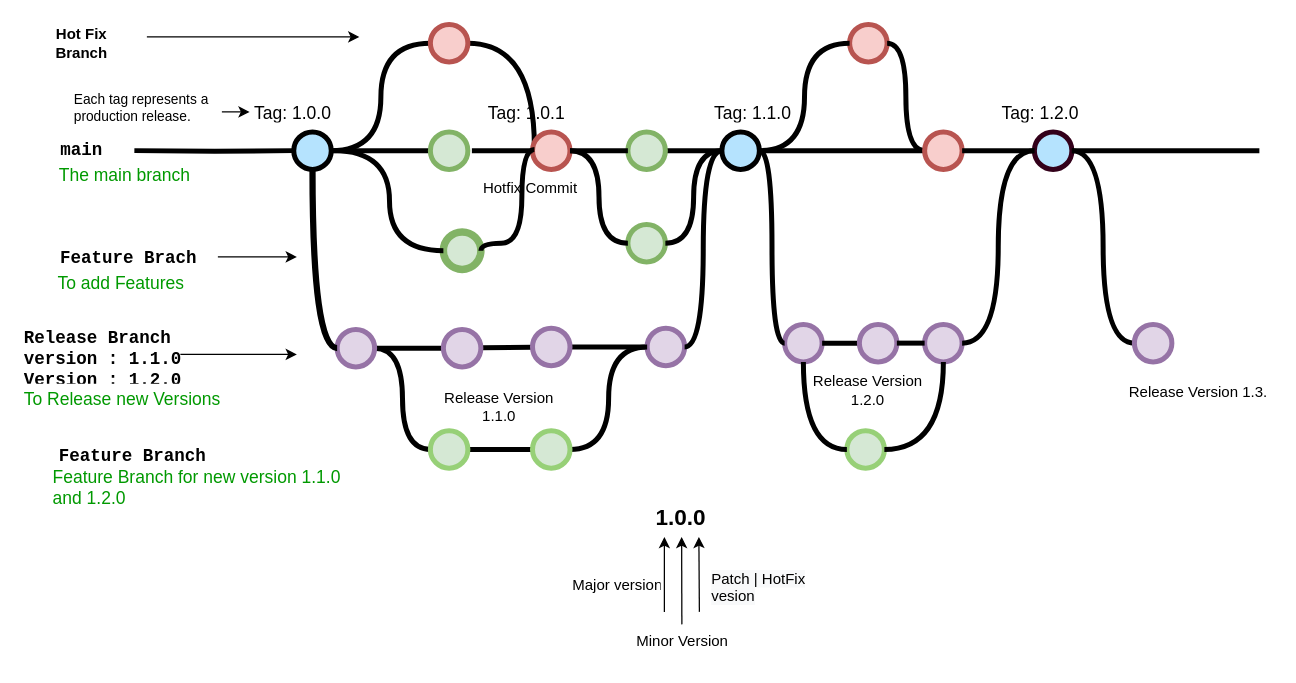
Before: Untitled Diagram.drawio in digya-tech/test, a draw.io diagram. Source tidied: cells renumbered, new cells numbered last; positions are measured from the earlier drawing's top-left corner, leaving out a move shared by most shapes. Both pictures are drawn from the tidied source at 125%, with x=0, y=0 at pixel (21, 24).
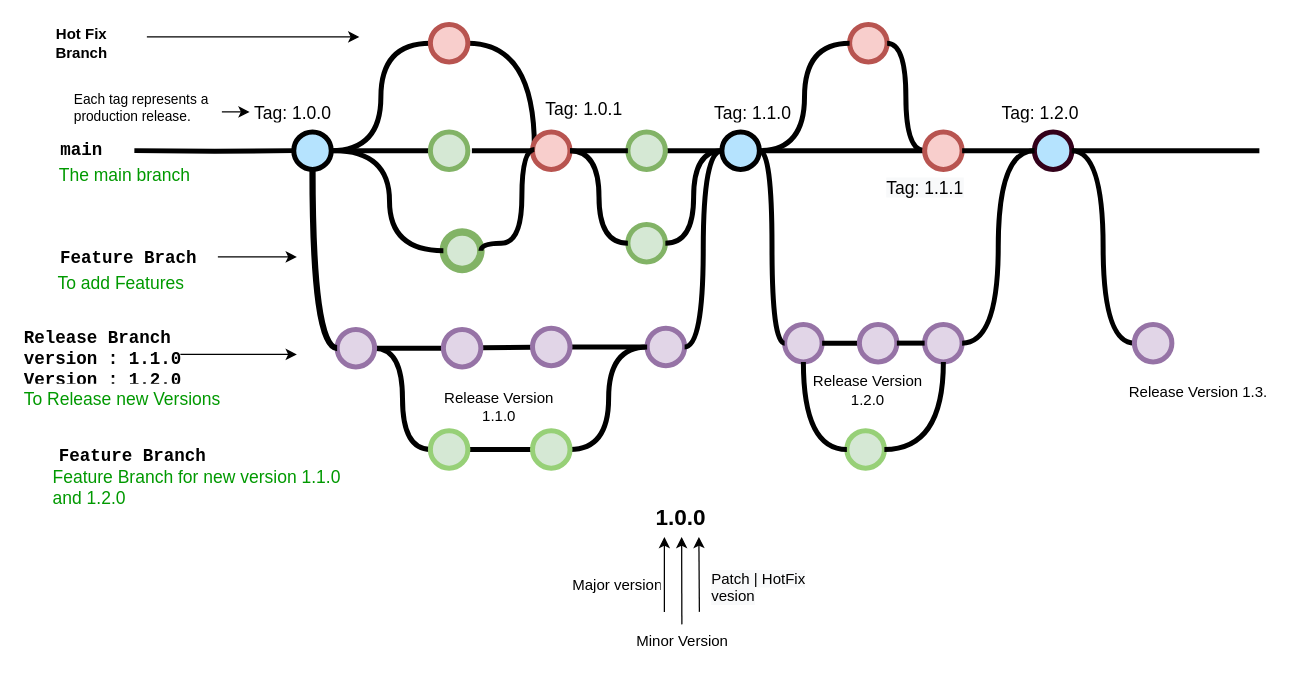
After the change.

Change to the diagram source:
```diff
@@
-    <mxCell id="2" value="Hotfix Commit" style="text;html=1;strokeColor=none;fillColor=none;align=center;verticalAlign=middle;whiteSpace=wrap;overflow=hidden;" parent="1" vertex="1">
-      <mxGeometry x="367.2" y="116" width="80" height="30" as="geometry" />
-    </mxCell>
@@
     <mxCell id="40" value="Tag: 1.0.1" style="text;html=1;strokeColor=none;fillColor=none;align=center;verticalAlign=middle;whiteSpace=wrap;overflow=hidden;fontSize=14;" parent="1" vertex="1">
-      <mxGeometry x="368.5" y="60" width="70" height="20" as="geometry" />
+      <mxGeometry x="414.8" y="57" width="70" height="20" as="geometry" />
     </mxCell>
@@
+    <mxCell id="84" value="&lt;span style=&quot;color: rgb(0 , 0 , 0) ; font-family: &amp;#34;helvetica&amp;#34; ; font-size: 14px ; font-style: normal ; font-weight: 400 ; letter-spacing: normal ; text-align: center ; text-indent: 0px ; text-transform: none ; word-spacing: 0px ; background-color: rgb(248 , 249 , 250) ; display: inline ; float: none&quot;&gt;Tag: 1.1.1&lt;/span&gt;" style="text;whiteSpace=wrap;html=1;" parent="1" vertex="1">
+      <mxGeometry x="690" y="116" width="90" height="30" as="geometry" />
+    </mxCell>
```
